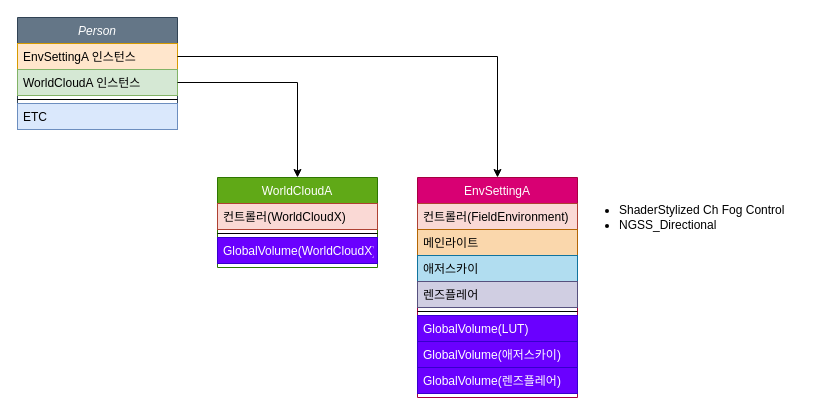
The draw.io diagram Test.drawio in See1Studios/blog, before the edit. Source tidied: cells renumbered, new cells numbered last; positions are measured from the earlier drawing's top-left corner, leaving out a move shared by most shapes. Both pictures are drawn from the tidied source at 100%, with x=0, y=0 at pixel (17, 17).
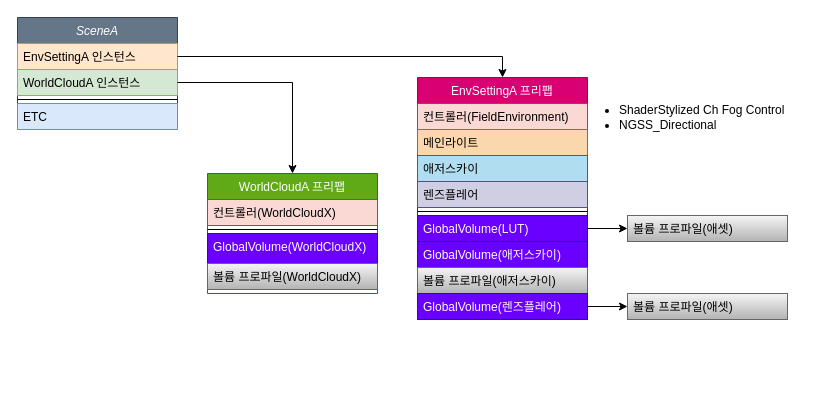
The same page after the edit.

Diff of the diagram source:
```diff
@@
-    <mxCell id="2" value="Person" style="swimlane;fontStyle=2;align=center;verticalAlign=top;horizontal=1;startSize=26;rounded=0;shadow=0;strokeWidth=1;fillColor=#647687;fontColor=#ffffff;strokeColor=#314354;" parent="1" vertex="1">
+    <mxCell id="2" value="SceneA" style="swimlane;fontStyle=2;align=center;verticalAlign=top;horizontal=1;startSize=26;rounded=0;shadow=0;strokeWidth=1;fillColor=#647687;fontColor=#ffffff;strokeColor=#314354;" parent="1" vertex="1">
       <mxGeometry width="160" height="112" as="geometry" />
     </mxCell>
@@
-    <mxCell id="7" value="WorldCloudA" style="swimlane;fontStyle=0;align=center;verticalAlign=top;horizontal=1;startSize=26;rounded=0;shadow=0;strokeWidth=1;swimlaneFillColor=default;fillColor=#60a917;fontColor=#ffffff;strokeColor=#2D7600;" parent="1" vertex="1">
-      <mxGeometry x="200" y="160" width="160" height="90" as="geometry" />
+    <mxCell id="7" value="WorldCloudA 프리팹" style="swimlane;fontStyle=0;align=center;verticalAlign=top;horizontal=1;startSize=26;rounded=0;shadow=0;strokeWidth=1;swimlaneFillColor=default;fillColor=#60a917;fontColor=#ffffff;strokeColor=#2D7600;" parent="1" vertex="1">
+      <mxGeometry x="190" y="156" width="170" height="120" as="geometry" />
     </mxCell>
     <mxCell id="8" value="컨트롤러(WorldCloudX)" style="text;align=left;verticalAlign=top;spacingLeft=4;spacingRight=4;overflow=hidden;fillColor=#fad9d5;strokeColor=#ae4132;" parent="7" vertex="1">
-      <mxGeometry y="26" width="160" height="26" as="geometry" />
+      <mxGeometry y="26" width="170" height="26" as="geometry" />
     </mxCell>
     <mxCell id="9" style="line;html=1;strokeWidth=1;align=left;verticalAlign=middle;spacingTop=-1;spacingLeft=3;spacingRight=3;labelPosition=right;" parent="7" vertex="1">
-      <mxGeometry y="52" width="160" height="8" as="geometry" />
+      <mxGeometry y="52" width="170" height="8" as="geometry" />
     </mxCell>
     <mxCell id="10" value="GlobalVolume(WorldCloudX)" style="text;align=left;verticalAlign=top;spacingLeft=4;spacingRight=4;overflow=hidden;rounded=0;shadow=0;html=0;fillColor=#6a00ff;fontColor=#ffffff;strokeColor=#3700CC;" parent="7" vertex="1">
-      <mxGeometry y="60" width="160" height="26" as="geometry" />
+      <mxGeometry y="60" width="170" height="30" as="geometry" />
     </mxCell>
+    <mxCell id="23" value="볼륨 프로파일(WorldCloudX)" style="text;align=left;verticalAlign=top;spacingLeft=4;spacingRight=4;overflow=hidden;rounded=0;shadow=0;html=0;fillColor=#f5f5f5;strokeColor=#666666;gradientColor=#b3b3b3;" parent="7" vertex="1">
+      <mxGeometry y="90" width="170" height="26" as="geometry" />
+    </mxCell>
-    <mxCell id="11" value="EnvSettingA" style="swimlane;fontStyle=0;align=center;verticalAlign=top;horizontal=1;startSize=26;rounded=0;shadow=0;strokeWidth=1;fillColor=#d80073;fontColor=#ffffff;strokeColor=#A50040;" parent="1" vertex="1">
-      <mxGeometry x="400" y="160" width="160" height="220" as="geometry" />
+    <mxCell id="11" value="EnvSettingA 프리팹" style="swimlane;fontStyle=0;align=center;verticalAlign=top;horizontal=1;startSize=26;rounded=0;shadow=0;strokeWidth=1;fillColor=#d80073;fontColor=#ffffff;strokeColor=#A50040;" parent="1" vertex="1">
+      <mxGeometry x="400" y="60" width="170" height="242" as="geometry" />
     </mxCell>
     <mxCell id="12" value="컨트롤러(FieldEnvironment)" style="text;align=left;verticalAlign=top;spacingLeft=4;spacingRight=4;overflow=hidden;fillColor=#fad9d5;strokeColor=#ae4132;" parent="11" vertex="1">
-      <mxGeometry y="26" width="160" height="26" as="geometry" />
+      <mxGeometry y="26" width="170" height="26" as="geometry" />
     </mxCell>
     <mxCell id="13" value="메인라이트" style="text;align=left;verticalAlign=top;spacingLeft=4;spacingRight=4;overflow=hidden;rounded=0;shadow=0;html=0;fillColor=#fad7ac;strokeColor=#b46504;" parent="11" vertex="1">
-      <mxGeometry y="52" width="160" height="26" as="geometry" />
+      <mxGeometry y="52" width="170" height="26" as="geometry" />
     </mxCell>
     <mxCell id="14" value="애저스카이" style="text;align=left;verticalAlign=top;spacingLeft=4;spacingRight=4;overflow=hidden;rounded=0;shadow=0;html=0;fillColor=#b1ddf0;strokeColor=#10739e;" parent="11" vertex="1">
-      <mxGeometry y="78" width="160" height="26" as="geometry" />
+      <mxGeometry y="78" width="170" height="26" as="geometry" />
     </mxCell>
     <mxCell id="15" value="렌즈플레어" style="text;align=left;verticalAlign=top;spacingLeft=4;spacingRight=4;overflow=hidden;rounded=0;shadow=0;html=0;fillColor=#d0cee2;strokeColor=#56517e;" parent="11" vertex="1">
-      <mxGeometry y="104" width="160" height="26" as="geometry" />
+      <mxGeometry y="104" width="170" height="26" as="geometry" />
     </mxCell>
     <mxCell id="16" style="line;html=1;strokeWidth=1;align=left;verticalAlign=middle;spacingTop=-1;spacingLeft=3;spacingRight=3;labelPosition=right;" parent="11" vertex="1">
-      <mxGeometry y="130" width="160" height="8" as="geometry" />
+      <mxGeometry y="130" width="170" height="8" as="geometry" />
     </mxCell>
     <mxCell id="17" value="GlobalVolume(LUT)" style="text;align=left;verticalAlign=top;spacingLeft=4;spacingRight=4;overflow=hidden;points=[[0,0.5],[1,0.5]];portConstraint=eastwest;rounded=0;shadow=0;html=0;fillColor=#6a00ff;fontColor=#ffffff;strokeColor=#3700CC;" parent="11" vertex="1">
-      <mxGeometry y="138" width="160" height="26" as="geometry" />
+      <mxGeometry y="138" width="170" height="26" as="geometry" />
     </mxCell>
     <mxCell id="18" value="GlobalVolume(애저스카이)" style="text;align=left;verticalAlign=top;spacingLeft=4;spacingRight=4;overflow=hidden;rounded=0;shadow=0;html=0;fillColor=#6a00ff;fontColor=#ffffff;strokeColor=#3700CC;" parent="11" vertex="1">
-      <mxGeometry y="164" width="160" height="26" as="geometry" />
+      <mxGeometry y="164" width="170" height="26" as="geometry" />
     </mxCell>
+    <mxCell id="24" value="볼륨 프로파일(애저스카이)" style="text;align=left;verticalAlign=top;spacingLeft=4;spacingRight=4;overflow=hidden;rounded=0;shadow=0;html=0;fillColor=#f5f5f5;strokeColor=#666666;gradientColor=#b3b3b3;" parent="11" vertex="1">
+      <mxGeometry y="190" width="170" height="26" as="geometry" />
+    </mxCell>
     <mxCell id="19" value="GlobalVolume(렌즈플레어)" style="text;align=left;verticalAlign=top;spacingLeft=4;spacingRight=4;overflow=hidden;points=[[0,0.5],[1,0.5]];portConstraint=eastwest;rounded=0;shadow=0;html=0;fillColor=#6a00ff;fontColor=#ffffff;strokeColor=#3700CC;" parent="11" vertex="1">
-      <mxGeometry y="190" width="160" height="26" as="geometry" />
+      <mxGeometry y="216" width="170" height="26" as="geometry" />
     </mxCell>
@@
     <mxCell id="22" value="&lt;ul&gt;&lt;li&gt;ShaderStylized Ch Fog Control&lt;/li&gt;&lt;li&gt;NGSS_Directional&lt;/li&gt;&lt;/ul&gt;" style="text;strokeColor=none;fillColor=none;html=1;whiteSpace=wrap;verticalAlign=middle;overflow=hidden;" parent="1" vertex="1">
-      <mxGeometry x="560" y="160" width="240" height="80" as="geometry" />
+      <mxGeometry x="560" y="60" width="240" height="80" as="geometry" />
     </mxCell>
+    <mxCell id="25" value="볼륨 프로파일(애셋)" style="text;align=left;verticalAlign=top;spacingLeft=4;spacingRight=4;overflow=hidden;points=[[0,0.5],[1,0.5]];portConstraint=eastwest;rounded=0;shadow=0;html=0;fillColor=#f5f5f5;strokeColor=#666666;gradientColor=#b3b3b3;" parent="1" vertex="1">
+      <mxGeometry x="610" y="198" width="160" height="26" as="geometry" />
+    </mxCell>
+    <mxCell id="26" style="edgeStyle=orthogonalEdgeStyle;rounded=0;jettySize=auto;html=1;entryX=0;entryY=0.5;entryDx=0;entryDy=0;" parent="1" edge="1" source="17" target="25">
+      <mxGeometry relative="1" as="geometry" />
+    </mxCell>
+    <mxCell id="27" value="볼륨 프로파일(애셋)" style="text;align=left;verticalAlign=top;spacingLeft=4;spacingRight=4;overflow=hidden;points=[[0,0.5],[1,0.5]];portConstraint=eastwest;rounded=0;shadow=0;html=0;fillColor=#f5f5f5;strokeColor=#666666;gradientColor=#b3b3b3;" parent="1" vertex="1">
+      <mxGeometry x="610" y="276" width="160" height="26" as="geometry" />
+    </mxCell>
+    <mxCell id="28" style="edgeStyle=orthogonalEdgeStyle;rounded=0;jettySize=auto;html=1;" parent="1" edge="1" source="19" target="27">
+      <mxGeometry relative="1" as="geometry" />
+    </mxCell>
```
